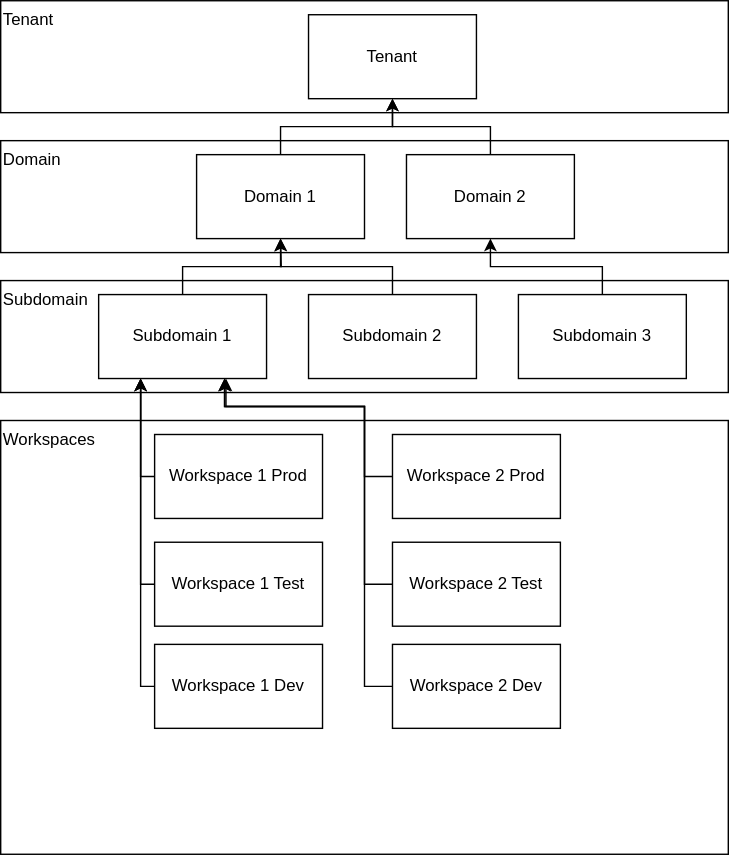
Above: Fabric_hierarchy.svg in jugi92/useful_architectures (draw.io), before the change. Source tidied: cells renumbered, new cells last; positions are measured from the earlier drawing's top-left corner, leaving out a move shared by most shapes. Its diagram source:
```xml
<mxGraphModel>
  <root>
    <mxCell id="0" />
    <mxCell id="1" parent="0" />
    <mxCell id="2" value="Subdomain" style="rounded=0;whiteSpace=wrap;html=1;verticalAlign=top;align=left;" parent="1" vertex="1">
      <mxGeometry y="200" width="520" height="80" as="geometry" />
    </mxCell>
    <mxCell id="3" value="Domain" style="rounded=0;whiteSpace=wrap;html=1;verticalAlign=top;align=left;" parent="1" vertex="1">
      <mxGeometry y="100" width="520" height="80" as="geometry" />
    </mxCell>
    <mxCell id="4" value="Tenant" style="rounded=0;whiteSpace=wrap;html=1;verticalAlign=top;align=left;" parent="1" vertex="1">
      <mxGeometry width="520" height="80" as="geometry" />
    </mxCell>
    <mxCell id="5" value="Tenant" style="rounded=0;whiteSpace=wrap;html=1;" parent="1" vertex="1">
      <mxGeometry x="220" y="10" width="120" height="60" as="geometry" />
    </mxCell>
    <mxCell id="6" style="edgeStyle=orthogonalEdgeStyle;rounded=0;jettySize=auto;html=1;exitX=0.5;exitY=0;exitDx=0;exitDy=0;entryX=0.5;entryY=1;entryDx=0;entryDy=0;" parent="1" edge="1" source="7" target="5">
      <mxGeometry relative="1" as="geometry" />
    </mxCell>
    <mxCell id="7" value="Domain 1" style="rounded=0;whiteSpace=wrap;html=1;" parent="1" vertex="1">
      <mxGeometry x="140" y="110" width="120" height="60" as="geometry" />
    </mxCell>
    <mxCell id="8" style="edgeStyle=orthogonalEdgeStyle;rounded=0;jettySize=auto;html=1;exitX=0.5;exitY=0;exitDx=0;exitDy=0;entryX=0.5;entryY=1;entryDx=0;entryDy=0;" parent="1" edge="1" source="9" target="5">
      <mxGeometry relative="1" as="geometry">
        <Array as="points">
          <mxPoint x="350" y="90" />
          <mxPoint x="280" y="90" />
        </Array>
      </mxGeometry>
    </mxCell>
    <mxCell id="9" value="Domain 2" style="rounded=0;whiteSpace=wrap;html=1;" parent="1" vertex="1">
      <mxGeometry x="290" y="110" width="120" height="60" as="geometry" />
    </mxCell>
    <mxCell id="10" style="edgeStyle=orthogonalEdgeStyle;rounded=0;jettySize=auto;html=1;exitX=0.5;exitY=0;exitDx=0;exitDy=0;" parent="1" edge="1" source="11">
      <mxGeometry relative="1" as="geometry">
        <mxPoint x="200" y="170" as="targetPoint" />
      </mxGeometry>
    </mxCell>
    <mxCell id="11" value="Subdomain 1" style="rounded=0;whiteSpace=wrap;html=1;" parent="1" vertex="1">
      <mxGeometry x="70" y="210" width="120" height="60" as="geometry" />
    </mxCell>
    <mxCell id="12" style="edgeStyle=orthogonalEdgeStyle;rounded=0;jettySize=auto;html=1;exitX=0.5;exitY=0;exitDx=0;exitDy=0;entryX=0.5;entryY=1;entryDx=0;entryDy=0;" parent="1" edge="1" source="13" target="7">
      <mxGeometry relative="1" as="geometry" />
    </mxCell>
    <mxCell id="13" value="Subdomain 2" style="rounded=0;whiteSpace=wrap;html=1;" parent="1" vertex="1">
      <mxGeometry x="220" y="210" width="120" height="60" as="geometry" />
    </mxCell>
    <mxCell id="14" style="edgeStyle=orthogonalEdgeStyle;rounded=0;jettySize=auto;html=1;exitX=0.5;exitY=0;exitDx=0;exitDy=0;entryX=0.5;entryY=1;entryDx=0;entryDy=0;" parent="1" edge="1" source="15" target="9">
      <mxGeometry relative="1" as="geometry" />
    </mxCell>
    <mxCell id="15" value="Subdomain 3" style="rounded=0;whiteSpace=wrap;html=1;" parent="1" vertex="1">
      <mxGeometry x="370" y="210" width="120" height="60" as="geometry" />
    </mxCell>
    <mxCell id="16" value="Workspaces" style="rounded=0;whiteSpace=wrap;html=1;verticalAlign=top;align=left;" parent="1" vertex="1">
      <mxGeometry y="300" width="520" height="310" as="geometry" />
    </mxCell>
    <mxCell id="17" style="edgeStyle=orthogonalEdgeStyle;rounded=0;jettySize=auto;html=1;entryX=0.25;entryY=1;entryDx=0;entryDy=0;exitX=0;exitY=0.5;exitDx=0;exitDy=0;" parent="1" edge="1" source="18" target="11">
      <mxGeometry relative="1" as="geometry">
        <Array as="points">
          <mxPoint x="100" y="340" />
        </Array>
      </mxGeometry>
    </mxCell>
    <mxCell id="18" value="Workspace 1 Prod" style="rounded=0;whiteSpace=wrap;html=1;" parent="1" vertex="1">
      <mxGeometry x="110" y="310" width="120" height="60" as="geometry" />
    </mxCell>
    <mxCell id="19" style="edgeStyle=orthogonalEdgeStyle;rounded=0;jettySize=auto;html=1;exitX=0;exitY=0.5;exitDx=0;exitDy=0;entryX=0.25;entryY=1;entryDx=0;entryDy=0;" parent="1" edge="1" source="20" target="11">
      <mxGeometry relative="1" as="geometry">
        <Array as="points">
          <mxPoint x="100" y="490" />
        </Array>
      </mxGeometry>
    </mxCell>
    <mxCell id="20" value="Workspace 1 Dev" style="rounded=0;whiteSpace=wrap;html=1;" parent="1" vertex="1">
      <mxGeometry x="110" y="460" width="120" height="60" as="geometry" />
    </mxCell>
    <mxCell id="21" style="edgeStyle=orthogonalEdgeStyle;rounded=0;jettySize=auto;html=1;entryX=0.25;entryY=1;entryDx=0;entryDy=0;exitX=0;exitY=0.5;exitDx=0;exitDy=0;" parent="1" edge="1" source="22" target="11">
      <mxGeometry relative="1" as="geometry">
        <Array as="points">
          <mxPoint x="100" y="417" />
        </Array>
      </mxGeometry>
    </mxCell>
    <mxCell id="22" value="Workspace 1 Test" style="rounded=0;whiteSpace=wrap;html=1;" parent="1" vertex="1">
      <mxGeometry x="110" y="387" width="120" height="60" as="geometry" />
    </mxCell>
    <mxCell id="23" style="edgeStyle=orthogonalEdgeStyle;rounded=0;jettySize=auto;html=1;exitX=0;exitY=0.5;exitDx=0;exitDy=0;" parent="1" edge="1" source="24" target="11">
      <mxGeometry relative="1" as="geometry">
        <Array as="points">
          <mxPoint x="260" y="340" />
          <mxPoint x="260" y="290" />
          <mxPoint x="161" y="290" />
        </Array>
      </mxGeometry>
    </mxCell>
    <mxCell id="24" value="Workspace 2 Prod" style="rounded=0;whiteSpace=wrap;html=1;" parent="1" vertex="1">
      <mxGeometry x="280" y="310" width="120" height="60" as="geometry" />
    </mxCell>
    <mxCell id="25" style="edgeStyle=orthogonalEdgeStyle;rounded=0;jettySize=auto;html=1;exitX=0;exitY=0.5;exitDx=0;exitDy=0;entryX=0.75;entryY=1;entryDx=0;entryDy=0;" parent="1" edge="1" source="26" target="11">
      <mxGeometry relative="1" as="geometry">
        <Array as="points">
          <mxPoint x="260" y="490" />
          <mxPoint x="260" y="290" />
          <mxPoint x="160" y="290" />
        </Array>
      </mxGeometry>
    </mxCell>
    <mxCell id="26" value="Workspace 2 Dev" style="rounded=0;whiteSpace=wrap;html=1;" parent="1" vertex="1">
      <mxGeometry x="280" y="460" width="120" height="60" as="geometry" />
    </mxCell>
    <mxCell id="27" style="edgeStyle=orthogonalEdgeStyle;rounded=0;jettySize=auto;html=1;exitX=0;exitY=0.5;exitDx=0;exitDy=0;" parent="1" edge="1" source="28" target="11">
      <mxGeometry relative="1" as="geometry">
        <Array as="points">
          <mxPoint x="260" y="417" />
          <mxPoint x="260" y="290" />
          <mxPoint x="160" y="290" />
        </Array>
      </mxGeometry>
    </mxCell>
    <mxCell id="28" value="Workspace 2 Test" style="rounded=0;whiteSpace=wrap;html=1;" parent="1" vertex="1">
      <mxGeometry x="280" y="387" width="120" height="60" as="geometry" />
    </mxCell>
  </root>
</mxGraphModel>
```
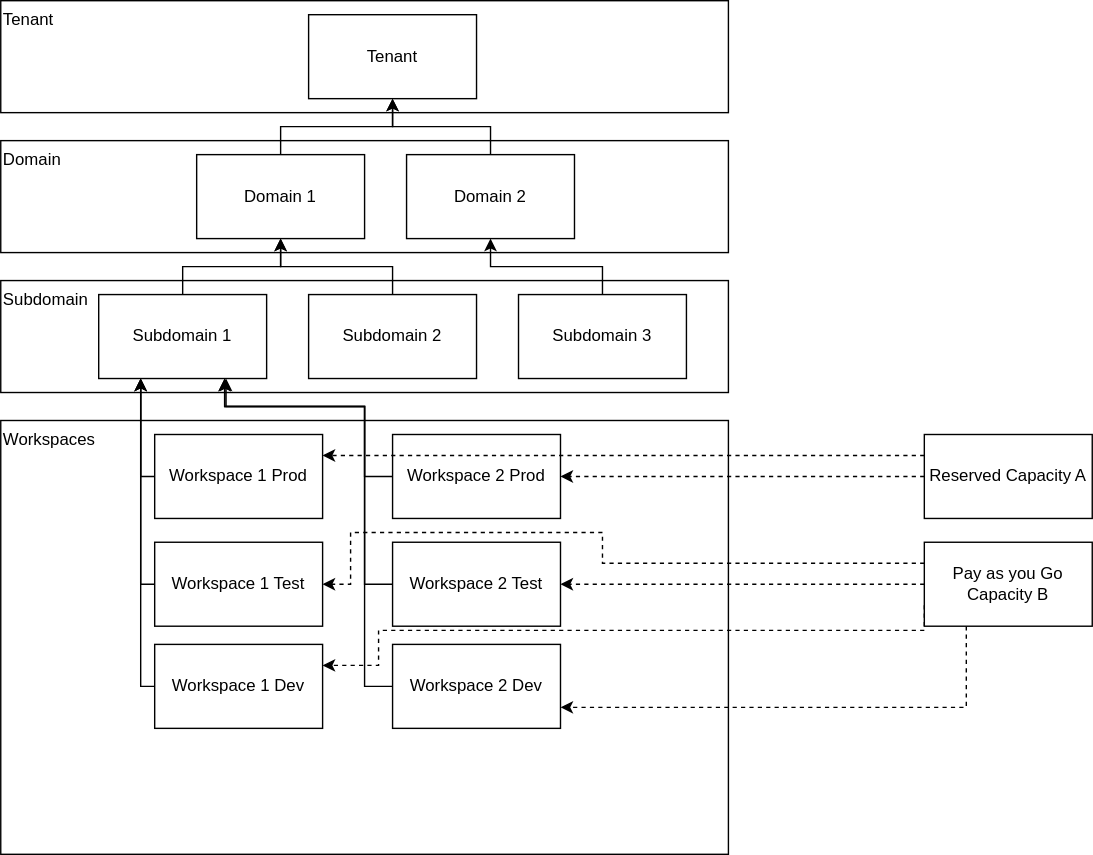
Above is the later version.

Diff of the diagram source:
```diff
@@ -120,5 +120,42 @@
     <mxCell id="28" value="Workspace 2 Test" style="rounded=0;whiteSpace=wrap;html=1;" parent="1" vertex="1">
       <mxGeometry x="280" y="387" width="120" height="60" as="geometry" />
     </mxCell>
+    <mxCell id="29" style="edgeStyle=orthogonalEdgeStyle;rounded=0;jettySize=auto;html=1;exitX=0;exitY=0.5;exitDx=0;exitDy=0;entryX=1;entryY=0.5;entryDx=0;entryDy=0;dashed=1;" parent="1" edge="1" source="31" target="24">
+      <mxGeometry relative="1" as="geometry" />
+    </mxCell>
+    <mxCell id="30" style="edgeStyle=orthogonalEdgeStyle;rounded=0;jettySize=auto;html=1;exitX=0;exitY=0.25;exitDx=0;exitDy=0;entryX=1;entryY=0.25;entryDx=0;entryDy=0;dashed=1;" parent="1" edge="1" source="31" target="18">
+      <mxGeometry relative="1" as="geometry" />
+    </mxCell>
+    <mxCell id="31" value="Reserved Capacity A" style="rounded=0;whiteSpace=wrap;html=1;" parent="1" vertex="1">
+      <mxGeometry x="660" y="310" width="120" height="60" as="geometry" />
+    </mxCell>
+    <mxCell id="32" style="edgeStyle=orthogonalEdgeStyle;rounded=0;jettySize=auto;html=1;exitX=0;exitY=0.5;exitDx=0;exitDy=0;entryX=1;entryY=0.5;entryDx=0;entryDy=0;dashed=1;" parent="1" edge="1" source="36" target="28">
+      <mxGeometry relative="1" as="geometry" />
+    </mxCell>
+    <mxCell id="33" style="edgeStyle=orthogonalEdgeStyle;rounded=0;jettySize=auto;html=1;exitX=0;exitY=0.25;exitDx=0;exitDy=0;entryX=1;entryY=0.5;entryDx=0;entryDy=0;dashed=1;" parent="1" edge="1" source="36" target="22">
+      <mxGeometry relative="1" as="geometry">
+        <Array as="points">
+          <mxPoint x="430" y="402" />
+          <mxPoint x="430" y="380" />
+          <mxPoint x="250" y="380" />
+          <mxPoint x="250" y="417" />
+        </Array>
+      </mxGeometry>
+    </mxCell>
+    <mxCell id="34" style="edgeStyle=orthogonalEdgeStyle;rounded=0;jettySize=auto;html=1;exitX=0;exitY=0.75;exitDx=0;exitDy=0;entryX=1;entryY=0.25;entryDx=0;entryDy=0;dashed=1;" parent="1" edge="1" source="36" target="20">
+      <mxGeometry relative="1" as="geometry">
+        <Array as="points">
+          <mxPoint x="660" y="450" />
+          <mxPoint x="270" y="450" />
+          <mxPoint x="270" y="475" />
+        </Array>
+      </mxGeometry>
+    </mxCell>
+    <mxCell id="35" style="edgeStyle=orthogonalEdgeStyle;rounded=0;jettySize=auto;html=1;exitX=0.25;exitY=1;exitDx=0;exitDy=0;entryX=1;entryY=0.75;entryDx=0;entryDy=0;dashed=1;" parent="1" edge="1" source="36" target="26">
+      <mxGeometry relative="1" as="geometry" />
+    </mxCell>
+    <mxCell id="36" value="Pay as you Go&lt;div&gt;Capacity B&lt;/div&gt;" style="rounded=0;whiteSpace=wrap;html=1;" parent="1" vertex="1">
+      <mxGeometry x="660" y="387" width="120" height="60" as="geometry" />
+    </mxCell>
   </root>
 </mxGraphModel>
```
